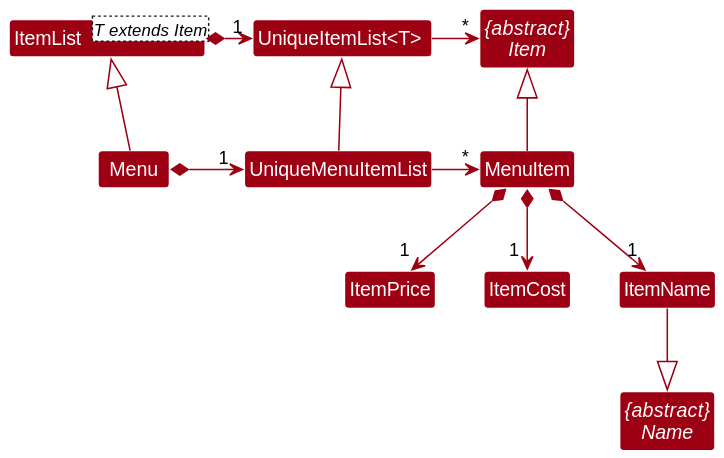
nus-cs2103-AY2223S2/tp keeps this PlantUML diagram as docs/images/MenuClassDiagram.svg. Above is the earlier version.
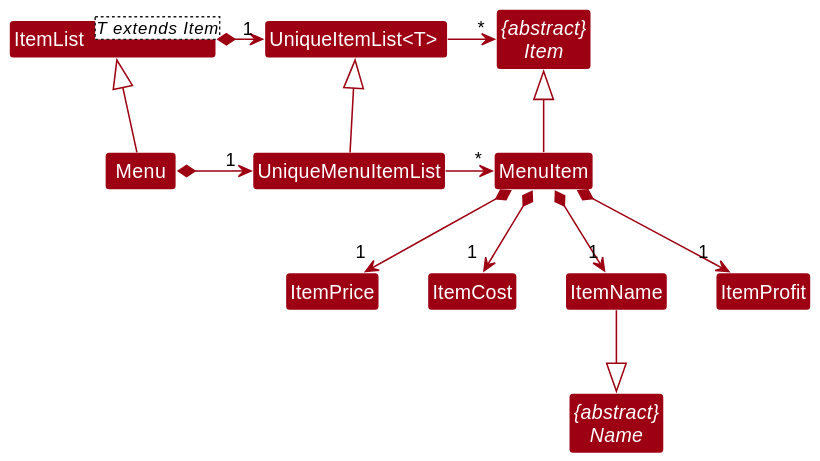
The same diagram one commit later.

Commit message:
Fix Bug in Menu section of DG and diagram

Change to the diagram source:
```diff
@@ -28,7 +28,10 @@
 MenuItem *--> "1" ItemName
 MenuItem *--> "1 " ItemPrice
 MenuItem *--> "1 " ItemCost
+MenuItem *--> "1 " ItemProfit
+
 MenuItem -u|> Item
 
 ItemName --|> Name
+
 @enduml
```
